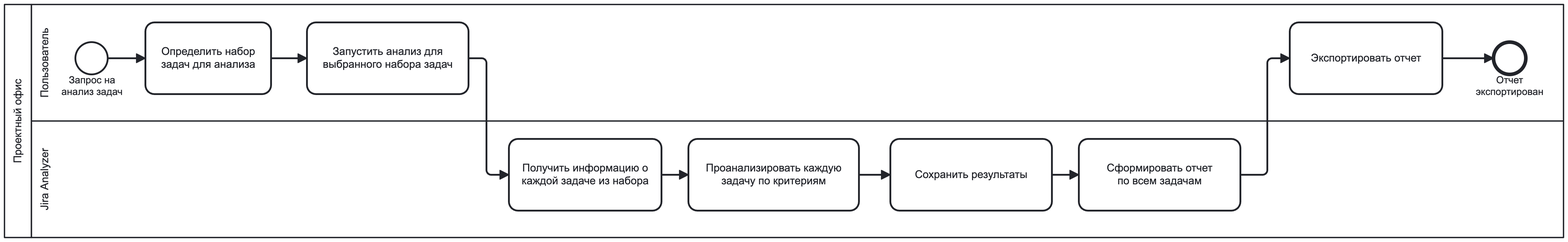
Above: docs/resources/BPMN/TO_BE.png in vladuslavivanov/jira_analyzer (BPMN), before the change. Its source is kept beside it as docs/resources/BPMN/TO_BE.bpmn. Ids are renumbered.
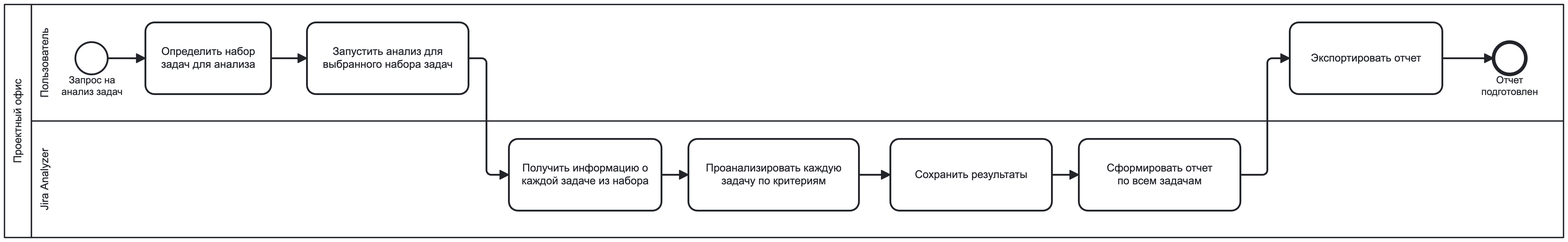
The same diagram one commit later.

Diff of the diagram source:
```diff
@@ -49,7 +49,7 @@
       <bpmn:incoming>Flow_n8</bpmn:incoming>
       <bpmn:outgoing>Flow_19</bpmn:outgoing>
     </bpmn:task>
-    <bpmn:endEvent id="EndEvent_1" name="Отчет экспортирован">
+    <bpmn:endEvent id="EndEvent_1" name="Отчет подготовлен">
       <bpmn:incoming>Flow_19</bpmn:incoming>
     </bpmn:endEvent>
     <bpmn:sequenceFlow id="Flow_1" sourceRef="StartEvent_1" targetRef="Task_OpenAnalyzer" />
@@ -67,12 +67,12 @@
         <dc:Bounds x="153" y="80" width="1737" height="260" />
         <bpmndi:BPMNLabel />
       </bpmndi:BPMNShape>
+      <bpmndi:BPMNShape id="Lane_n5_di" bpmnElement="Lane_n5" isHorizontal="true">
+        <dc:Bounds x="183" y="80" width="1707" height="130" />
+        <bpmndi:BPMNLabel />
+      </bpmndi:BPMNShape>
       <bpmndi:BPMNShape id="Lane_n3_di" bpmnElement="Lane_n3" isHorizontal="true">
         <dc:Bounds x="183" y="210" width="1707" height="130" />
-        <bpmndi:BPMNLabel />
-      </bpmndi:BPMNShape>
-      <bpmndi:BPMNShape id="Lane_n5_di" bpmnElement="Lane_n5" isHorizontal="true">
-        <dc:Bounds x="183" y="80" width="1707" height="130" />
         <bpmndi:BPMNLabel />
       </bpmndi:BPMNShape>
       <bpmndi:BPMNShape id="StartEvent_1_di" bpmnElement="StartEvent_1">
@@ -111,7 +111,7 @@
       <bpmndi:BPMNShape id="EndEvent_1_di" bpmnElement="EndEvent_1">
         <dc:Bounds x="1812" y="122" width="36" height="36" />
         <bpmndi:BPMNLabel>
-          <dc:Bounds x="1792" y="158" width="76" height="27" />
+          <dc:Bounds x="1798" y="158" width="64" height="27" />
         </bpmndi:BPMNLabel>
       </bpmndi:BPMNShape>
       <bpmndi:BPMNEdge id="Flow_1_di" bpmnElement="Flow_1">
```
